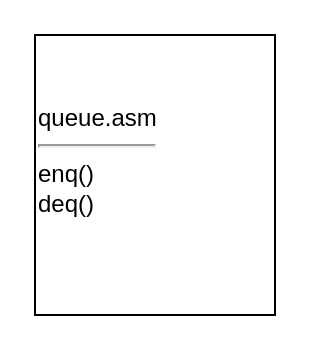
Before: docs/uml.drawio in daleUrquhart/ElevatorControl, a draw.io diagram. Source tidied: cells renumbered, new cells numbered last; positions are measured from the earlier drawing's top-left corner, leaving out a move shared by most shapes. Both pictures are drawn from the tidied source at 200%, with x=0, y=0 at pixel (34, 34).
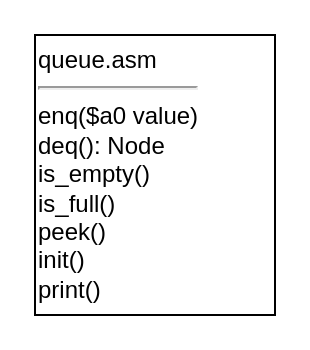
The same diagram, later.

Change to the diagram source:
```diff
@@
 <mxGraphModel>
   <root>
     <mxCell id="0" />
     <mxCell id="1" parent="0" />
-    <mxCell id="2" value="queue.asm&lt;div&gt;&lt;hr&gt;enq()&lt;/div&gt;&lt;div&gt;deq()&lt;/div&gt;&lt;div&gt;&lt;br&gt;&lt;/div&gt;" style="whiteSpace=wrap;html=1;align=left;" parent="1" vertex="1">
+    <mxCell id="2" value="queue.asm&lt;div&gt;&lt;hr&gt;enq($a0 value)&lt;/div&gt;&lt;div&gt;deq(): Node&lt;/div&gt;&lt;div&gt;is_empty()&lt;/div&gt;&lt;div&gt;is_full()&lt;/div&gt;&lt;div&gt;peek()&lt;/div&gt;&lt;div&gt;init()&lt;/div&gt;&lt;div&gt;print()&lt;/div&gt;" style="whiteSpace=wrap;html=1;align=left;" parent="1" vertex="1">
       <mxGeometry width="120" height="140" as="geometry" />
     </mxCell>
   </root>
 </mxGraphModel>
```
